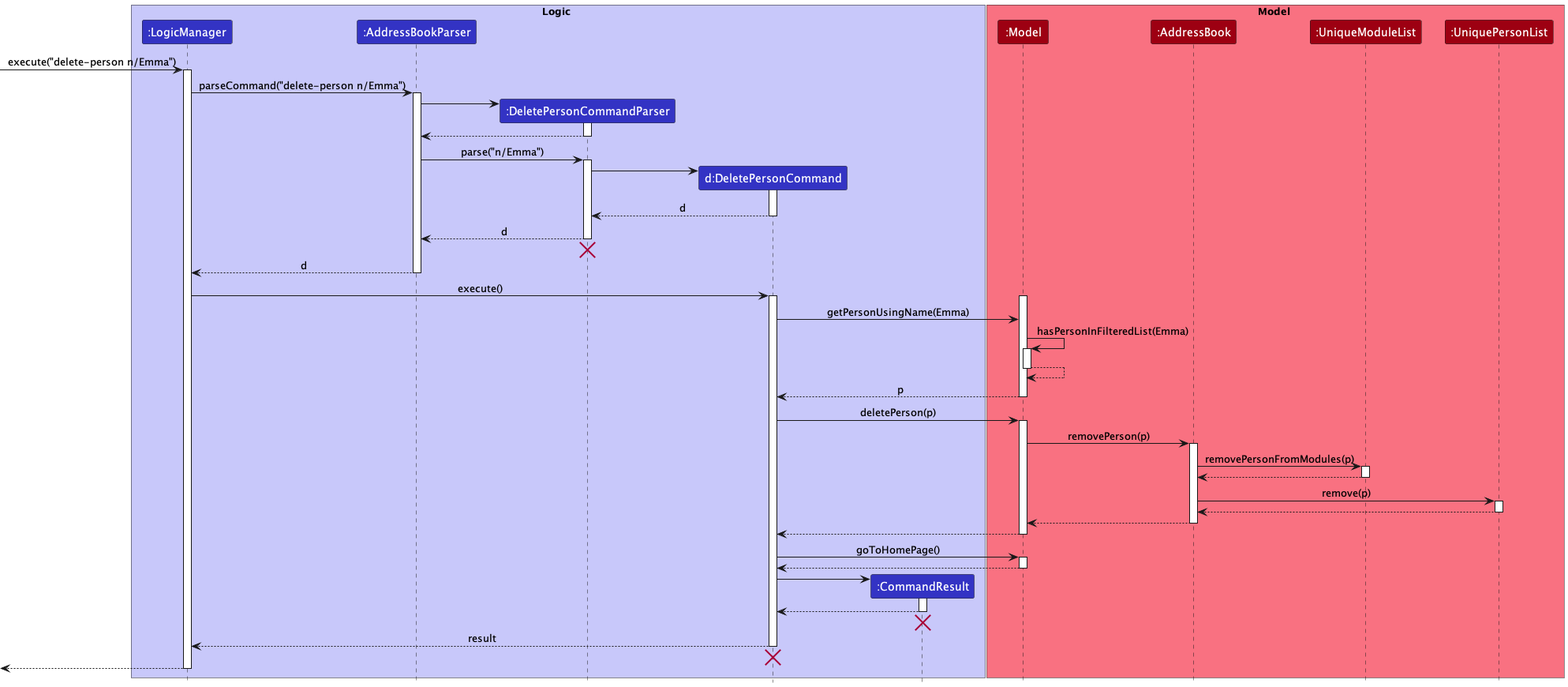
This is docs/images/DeletePersonSequenceDiagram.png from nus-cs2103-AY2223S1/tp, a PlantUML export, as it was before one commit.
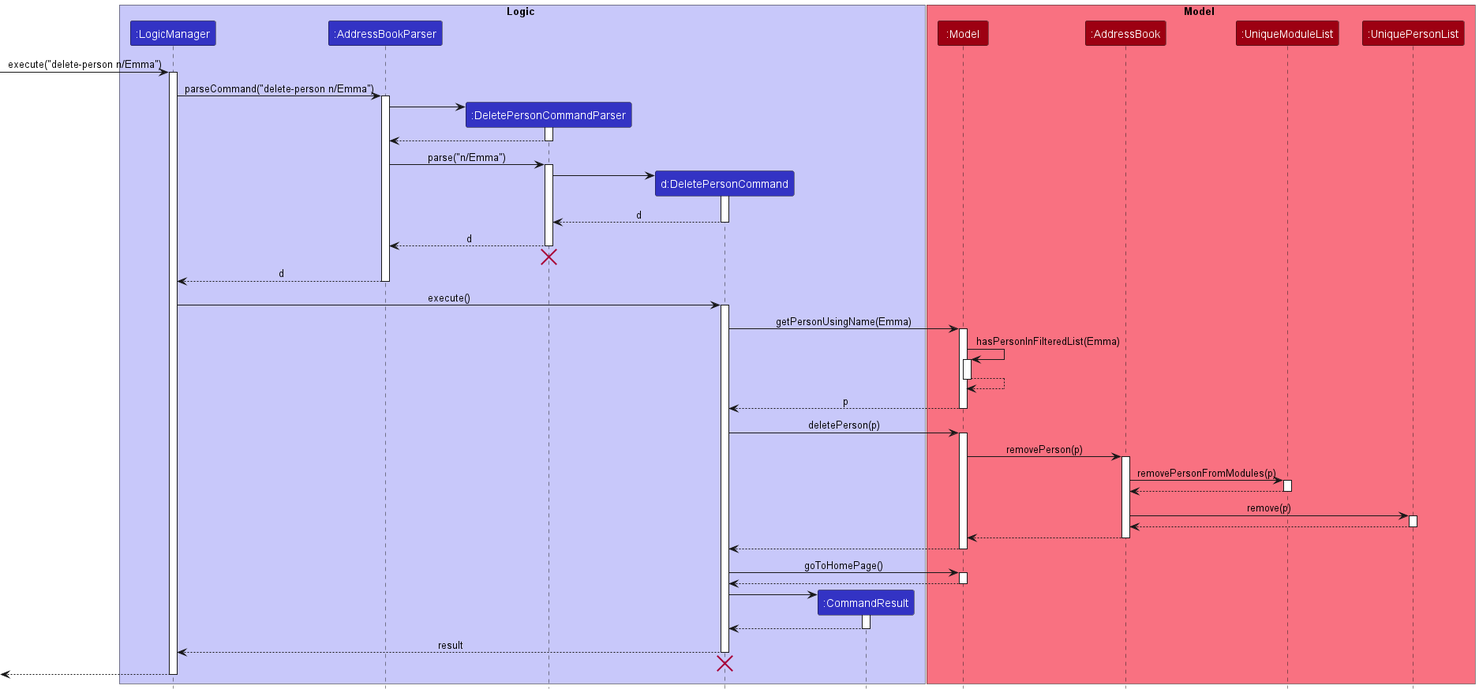
After the commit.

What changed in the source:
```diff
@@ -51,9 +51,8 @@
 activate DeletePersonCommand
 
 
+DeletePersonCommand -> Model : getPersonUsingName(Emma)
 activate Model
-DeletePersonCommand -> Model : getPersonUsingName(Emma)
-
 
 Model -> Model : hasPersonInFilteredList(Emma)
 activate Model
@@ -99,8 +98,6 @@
 
 CommandResult --> DeletePersonCommand
 deactivate CommandResult
-CommandResult -[hidden]-> DeletePersonCommand
-destroy CommandResult
 
 DeletePersonCommand --> LogicManager : result
 deactivate DeletePersonCommand
```
